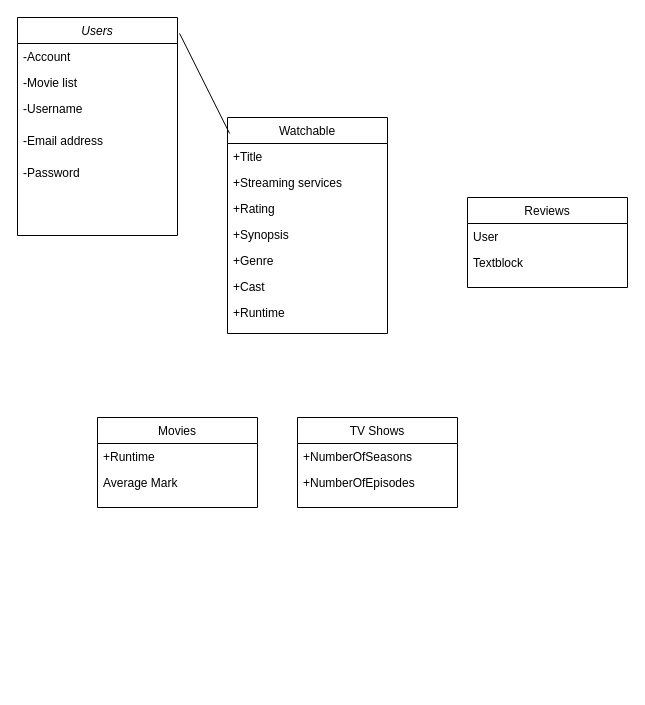
Above: Untitled Diagram.drawio in 307ScreenSquad/CSC307-ScreenSquad (draw.io), before the change. Source tidied: cells renumbered, new cells numbered last; positions are measured from the earlier drawing's top-left corner, leaving out a move shared by most shapes. Both pictures are drawn from the tidied source at 100%, with x=0, y=0 at pixel (17, 17).
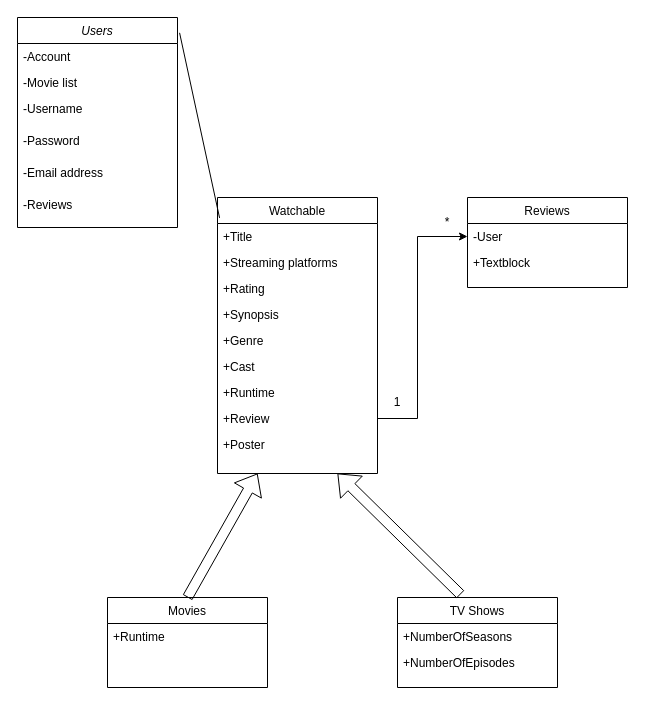
The same page after the edit.

Unchanged cells that the change refers to:
```xml
<mxCell id="23" value="Reviews" style="swimlane;fontStyle=0;align=center;verticalAlign=top;horizontal=1;startSize=26;rounded=0;shadow=0;strokeWidth=1;" parent="1" vertex="1">
  <mxGeometry x="450" y="180" width="160" height="90" as="geometry" />
</mxCell>
```

Change to the diagram source:
```diff
@@
     <mxCell id="2" value="Users" style="swimlane;fontStyle=2;align=center;verticalAlign=top;horizontal=1;startSize=26;rounded=0;shadow=0;strokeWidth=1;" parent="1" vertex="1">
-      <mxGeometry width="160" height="218" as="geometry" />
+      <mxGeometry width="160" height="210" as="geometry" />
     </mxCell>
@@
+    <mxCell id="7" value="-Password" style="text;align=left;verticalAlign=top;spacingLeft=4;spacingRight=4;overflow=hidden;rounded=0;shadow=0;html=0;" parent="2" vertex="1">
+      <mxGeometry y="110" width="160" height="32" as="geometry" />
+    </mxCell>
     <mxCell id="6" value="-Email address" style="text;align=left;verticalAlign=top;spacingLeft=4;spacingRight=4;overflow=hidden;rounded=0;shadow=0;html=0;" parent="2" vertex="1">
-      <mxGeometry y="110" width="160" height="32" as="geometry" />
+      <mxGeometry y="142" width="160" height="32" as="geometry" />
     </mxCell>
-    <mxCell id="7" value="-Password" style="text;align=left;verticalAlign=top;spacingLeft=4;spacingRight=4;overflow=hidden;rounded=0;shadow=0;html=0;" parent="2" vertex="1">
-      <mxGeometry y="142" width="160" height="32" as="geometry" />
-    </mxCell>
+    <mxCell id="26" value="-Reviews" style="text;align=left;verticalAlign=top;spacingLeft=4;spacingRight=4;overflow=hidden;rounded=0;shadow=0;html=0;" parent="2" vertex="1">
+      <mxGeometry y="174" width="160" height="32" as="geometry" />
+    </mxCell>
     <mxCell id="8" value="Watchable" style="swimlane;fontStyle=0;align=center;verticalAlign=top;horizontal=1;startSize=26;rounded=0;shadow=0;strokeWidth=1;" parent="1" vertex="1">
-      <mxGeometry x="210" y="100" width="160" height="216" as="geometry" />
+      <mxGeometry x="200" y="180" width="160" height="276" as="geometry" />
     </mxCell>
@@
-    <mxCell id="10" value="+Streaming services" style="text;align=left;verticalAlign=top;spacingLeft=4;spacingRight=4;overflow=hidden;rounded=0;shadow=0;html=0;" parent="8" vertex="1">
+    <mxCell id="10" value="+Streaming platforms" style="text;align=left;verticalAlign=top;spacingLeft=4;spacingRight=4;overflow=hidden;rounded=0;shadow=0;html=0;" parent="8" vertex="1">
       <mxGeometry y="52" width="160" height="26" as="geometry" />
     </mxCell>
@@
+    <mxCell id="27" value="+Review" style="text;align=left;verticalAlign=top;spacingLeft=4;spacingRight=4;overflow=hidden;points=[[0,0.5],[1,0.5]];portConstraint=eastwest;rounded=0;shadow=0;html=0;" parent="8" vertex="1">
+      <mxGeometry y="208" width="160" height="26" as="geometry" />
+    </mxCell>
+    <mxCell id="28" value="+Poster" style="text;align=left;verticalAlign=top;spacingLeft=4;spacingRight=4;overflow=hidden;rounded=0;shadow=0;html=0;" parent="8" vertex="1">
+      <mxGeometry y="234" width="160" height="26" as="geometry" />
+    </mxCell>
@@
     <mxCell id="17" value="Movies" style="swimlane;fontStyle=0;align=center;verticalAlign=top;horizontal=1;startSize=26;rounded=0;shadow=0;strokeWidth=1;" parent="1" vertex="1">
-      <mxGeometry x="80" y="400" width="160" height="90" as="geometry" />
+      <mxGeometry x="90" y="580" width="160" height="90" as="geometry" />
     </mxCell>
@@
-    <mxCell id="19" value="Average Mark" style="text;align=left;verticalAlign=top;spacingLeft=4;spacingRight=4;overflow=hidden;rounded=0;shadow=0;html=0;" parent="17" vertex="1">
-      <mxGeometry y="52" width="160" height="26" as="geometry" />
-    </mxCell>
     <mxCell id="20" value="TV Shows" style="swimlane;fontStyle=0;align=center;verticalAlign=top;horizontal=1;startSize=26;rounded=0;shadow=0;strokeWidth=1;" parent="1" vertex="1">
-      <mxGeometry x="280" y="400" width="160" height="90" as="geometry" />
+      <mxGeometry x="380" y="580" width="160" height="90" as="geometry" />
     </mxCell>
@@
-    <mxCell id="24" value="User" style="text;align=left;verticalAlign=top;spacingLeft=4;spacingRight=4;overflow=hidden;points=[[0,0.5],[1,0.5]];portConstraint=eastwest;" parent="23" vertex="1">
+    <mxCell id="24" value="-User" style="text;align=left;verticalAlign=top;spacingLeft=4;spacingRight=4;overflow=hidden;points=[[0,0.5],[1,0.5]];portConstraint=eastwest;" parent="23" vertex="1">
       <mxGeometry y="26" width="160" height="26" as="geometry" />
     </mxCell>
-    <mxCell id="25" value="Textblock" style="text;align=left;verticalAlign=top;spacingLeft=4;spacingRight=4;overflow=hidden;" parent="23" vertex="1">
+    <mxCell id="25" value="+Textblock" style="text;align=left;verticalAlign=top;spacingLeft=4;spacingRight=4;overflow=hidden;" parent="23" vertex="1">
       <mxGeometry y="52" width="160" height="34" as="geometry" />
     </mxCell>
+    <mxCell id="29" style="shape=flexArrow;endArrow=classic;html=1;rounded=0;entryX=0.25;entryY=1;entryDx=0;entryDy=0;exitX=0.5;exitY=0;exitDx=0;exitDy=0;" parent="1" edge="1" source="17" target="8">
+      <mxGeometry relative="1" as="geometry" />
+    </mxCell>
+    <mxCell id="30" style="shape=flexArrow;endArrow=classic;html=1;rounded=0;exitX=0.394;exitY=-0.033;exitDx=0;exitDy=0;exitPerimeter=0;entryX=0.75;entryY=1;entryDx=0;entryDy=0;" parent="1" edge="1" source="20" target="8">
+      <mxGeometry relative="1" as="geometry" />
+    </mxCell>
+    <mxCell id="31" style="edgeStyle=orthogonalEdgeStyle;rounded=0;jettySize=auto;html=1;entryX=0;entryY=0.5;entryDx=0;entryDy=0;" parent="1" edge="1" source="27" target="24">
+      <mxGeometry relative="1" as="geometry">
+        <Array as="points">
+          <mxPoint x="400" y="401" />
+          <mxPoint x="400" y="219" />
+        </Array>
+      </mxGeometry>
+    </mxCell>
+    <mxCell id="32" value="1" style="text;html=1;strokeColor=none;fillColor=none;align=center;verticalAlign=middle;whiteSpace=wrap;rounded=0;" parent="1" vertex="1">
+      <mxGeometry x="350" y="370" width="60" height="30" as="geometry" />
+    </mxCell>
+    <mxCell id="33" value="*" style="text;html=1;strokeColor=none;fillColor=none;align=center;verticalAlign=middle;whiteSpace=wrap;rounded=0;" parent="1" vertex="1">
+      <mxGeometry x="400" y="190" width="60" height="30" as="geometry" />
+    </mxCell>
```
